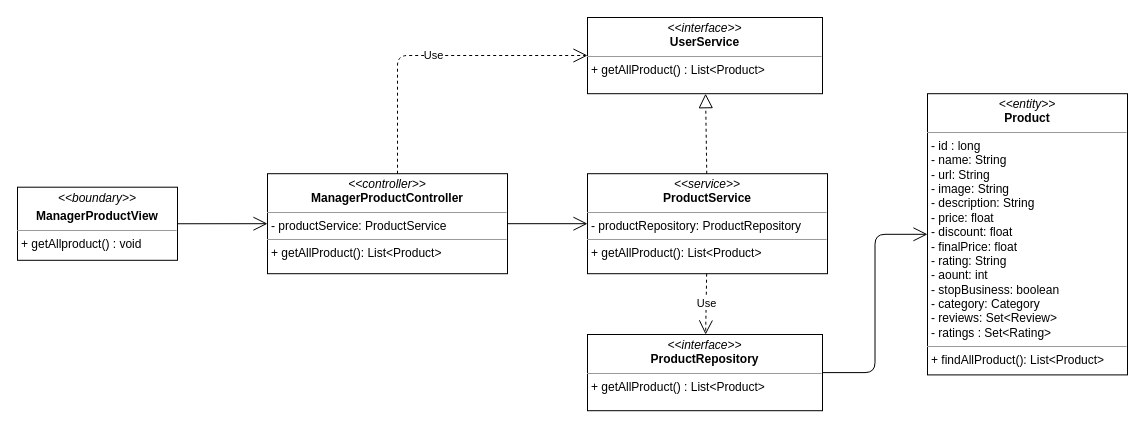
Before: class diagram/manager-product-class-diagram.drawio in nguyenphamvan/datn_20202, a draw.io diagram. Source tidied: cells renumbered, new cells numbered last; positions are measured from the earlier drawing's top-left corner, leaving out a move shared by most shapes. Both pictures are drawn from the tidied source at 100%, with x=0, y=0 at pixel (17, 17).
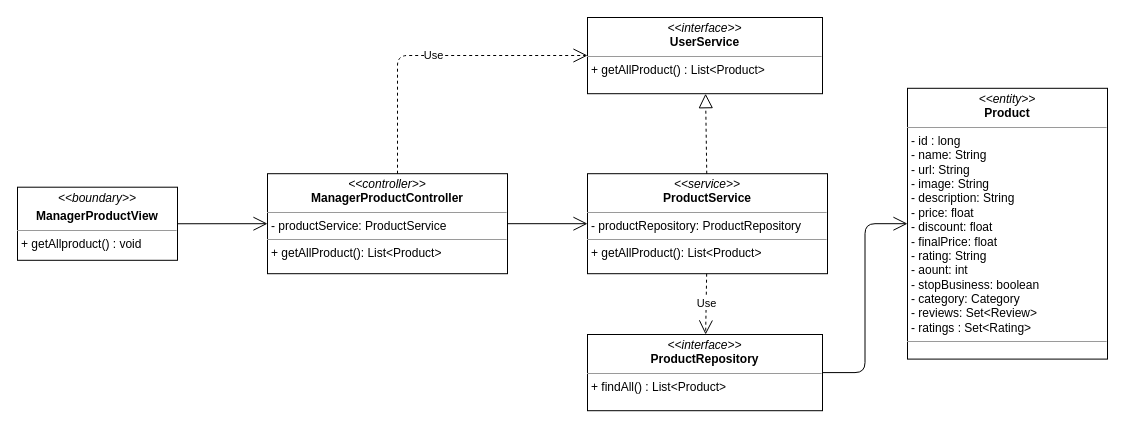
After the change.

The edit, as a diff of the source:
```diff
@@
 <mxGraphModel>
   <root>
     <mxCell id="0" />
     <mxCell id="1" parent="0" />
     <mxCell id="2" value="&lt;p style=&quot;margin: 0px ; margin-top: 4px ; text-align: center&quot;&gt;&lt;i&gt;&amp;lt;&amp;lt;boundary&amp;gt;&amp;gt;&lt;/i&gt;&lt;/p&gt;&lt;p style=&quot;margin: 0px ; margin-top: 4px ; text-align: center&quot;&gt;&lt;b&gt;ManagerProductView&lt;/b&gt;&lt;/p&gt;&lt;hr size=&quot;1&quot;&gt;&lt;p style=&quot;margin: 0px ; margin-left: 4px&quot;&gt;&lt;span&gt;+ getAllproduct() : void&lt;/span&gt;&lt;br&gt;&lt;/p&gt;" style="verticalAlign=top;align=left;overflow=fill;fontSize=12;fontFamily=Helvetica;html=1;" parent="1" vertex="1">
       <mxGeometry y="169.7" width="160" height="73.1" as="geometry" />
     </mxCell>
     <mxCell id="3" style="endArrow=open;endFill=1;endSize=12;html=1;entryX=0;entryY=0.5;entryDx=0;entryDy=0;exitX=1;exitY=0.5;exitDx=0;exitDy=0;" parent="1" edge="1" source="2" target="7">
       <mxGeometry relative="1" as="geometry" />
     </mxCell>
     <mxCell id="4" style="endArrow=open;endFill=1;endSize=12;html=1;exitX=1;exitY=0.5;exitDx=0;exitDy=0;edgeStyle=orthogonalEdgeStyle;" parent="1" edge="1" source="5" target="13">
       <mxGeometry relative="1" as="geometry" />
     </mxCell>
-    <mxCell id="5" value="&lt;p style=&quot;margin: 0px ; margin-top: 4px ; text-align: center&quot;&gt;&lt;i&gt;&amp;lt;&amp;lt;interface&amp;gt;&amp;gt;&lt;/i&gt;&lt;br&gt;&lt;b&gt;ProductRepository&lt;/b&gt;&lt;/p&gt;&lt;hr size=&quot;1&quot;&gt;&lt;p style=&quot;margin: 0px ; margin-left: 4px&quot;&gt;+ getAllProduct() : List&amp;lt;Product&amp;gt;&lt;/p&gt;" style="verticalAlign=top;align=left;overflow=fill;fontSize=12;fontFamily=Helvetica;html=1;" parent="1" vertex="1">
+    <mxCell id="5" value="&lt;p style=&quot;margin: 0px ; margin-top: 4px ; text-align: center&quot;&gt;&lt;i&gt;&amp;lt;&amp;lt;interface&amp;gt;&amp;gt;&lt;/i&gt;&lt;br&gt;&lt;b&gt;ProductRepository&lt;/b&gt;&lt;/p&gt;&lt;hr size=&quot;1&quot;&gt;&lt;p style=&quot;margin: 0px ; margin-left: 4px&quot;&gt;+ findAll() : List&amp;lt;Product&amp;gt;&lt;/p&gt;" style="verticalAlign=top;align=left;overflow=fill;fontSize=12;fontFamily=Helvetica;html=1;" parent="1" vertex="1">
       <mxGeometry x="570" y="317" width="235" height="76.2" as="geometry" />
     </mxCell>
     <mxCell id="6" value="&lt;p style=&quot;margin: 0px ; margin-top: 4px ; text-align: center&quot;&gt;&lt;i&gt;&amp;lt;&amp;lt;interface&amp;gt;&amp;gt;&lt;/i&gt;&lt;br&gt;&lt;b&gt;UserService&lt;/b&gt;&lt;/p&gt;&lt;hr size=&quot;1&quot;&gt;&lt;p style=&quot;margin: 0px ; margin-left: 4px&quot;&gt;+ getAllProduct() : List&amp;lt;Product&amp;gt;&lt;/p&gt;" style="verticalAlign=top;align=left;overflow=fill;fontSize=12;fontFamily=Helvetica;html=1;" parent="1" vertex="1">
       <mxGeometry x="570" width="235" height="76.2" as="geometry" />
     </mxCell>
     <mxCell id="7" value="&lt;p style=&quot;margin: 0px ; margin-top: 4px ; text-align: center&quot;&gt;&lt;i&gt;&amp;lt;&amp;lt;controller&amp;gt;&amp;gt;&lt;/i&gt;&lt;br&gt;&lt;b&gt;ManagerProductController&lt;/b&gt;&lt;br&gt;&lt;/p&gt;&lt;hr size=&quot;1&quot;&gt;&lt;p style=&quot;margin: 0px ; margin-left: 4px&quot;&gt;- productService: ProductService&lt;br&gt;&lt;/p&gt;&lt;hr size=&quot;1&quot;&gt;&lt;p style=&quot;margin: 0px ; margin-left: 4px&quot;&gt;+ getAllProduct(): List&amp;lt;Product&amp;gt;&lt;br&gt;&lt;/p&gt;" style="verticalAlign=top;align=left;overflow=fill;fontSize=12;fontFamily=Helvetica;html=1;" parent="1" vertex="1">
       <mxGeometry x="250" y="156.2" width="240" height="100" as="geometry" />
     </mxCell>
     <mxCell id="8" value="&lt;p style=&quot;margin: 0px ; margin-top: 4px ; text-align: center&quot;&gt;&lt;i&gt;&amp;lt;&amp;lt;service&amp;gt;&amp;gt;&lt;/i&gt;&lt;br&gt;&lt;b&gt;ProductService&lt;/b&gt;&lt;/p&gt;&lt;hr size=&quot;1&quot;&gt;&lt;p style=&quot;margin: 0px ; margin-left: 4px&quot;&gt;- productRepository: ProductRepository&lt;br&gt;&lt;/p&gt;&lt;hr size=&quot;1&quot;&gt;&lt;p style=&quot;margin: 0px ; margin-left: 4px&quot;&gt;+ getAllProduct(): List&amp;lt;Product&amp;gt;&lt;br&gt;&lt;/p&gt;" style="verticalAlign=top;align=left;overflow=fill;fontSize=12;fontFamily=Helvetica;html=1;" parent="1" vertex="1">
       <mxGeometry x="570" y="156.2" width="240" height="100" as="geometry" />
     </mxCell>
     <mxCell id="9" value="Use" style="endArrow=open;endSize=12;dashed=1;html=1;edgeStyle=orthogonalEdgeStyle;" parent="1" edge="1" source="7" target="6">
       <mxGeometry relative="1" as="geometry">
         <Array as="points">
           <mxPoint x="380" y="38" />
         </Array>
       </mxGeometry>
     </mxCell>
     <mxCell id="10" style="endArrow=block;dashed=1;endFill=0;endSize=12;html=1;" parent="1" edge="1" source="8" target="6">
       <mxGeometry relative="1" as="geometry" />
     </mxCell>
     <mxCell id="11" value="Use" style="endArrow=open;endSize=12;dashed=1;html=1;" parent="1" edge="1" source="8" target="5">
       <mxGeometry relative="1" as="geometry" />
     </mxCell>
     <mxCell id="12" style="endArrow=open;endFill=1;endSize=12;html=1;" parent="1" edge="1" source="7" target="8">
       <mxGeometry relative="1" as="geometry" />
     </mxCell>
-    <mxCell id="13" value="&lt;p style=&quot;margin: 0px ; margin-top: 4px ; text-align: center&quot;&gt;&lt;i&gt;&amp;lt;&amp;lt;entity&amp;gt;&amp;gt;&lt;/i&gt;&lt;br&gt;&lt;b&gt;Product&lt;/b&gt;&lt;/p&gt;&lt;hr size=&quot;1&quot;&gt;&lt;p style=&quot;margin: 0px ; margin-left: 4px&quot;&gt;- id : long&lt;/p&gt;&lt;p style=&quot;margin: 0px ; margin-left: 4px&quot;&gt;- name: String&lt;br&gt;- url: String&lt;/p&gt;&lt;p style=&quot;margin: 0px ; margin-left: 4px&quot;&gt;- image: String&lt;/p&gt;&lt;p style=&quot;margin: 0px ; margin-left: 4px&quot;&gt;- description: String&lt;/p&gt;&lt;p style=&quot;margin: 0px ; margin-left: 4px&quot;&gt;- price: float&lt;/p&gt;&lt;p style=&quot;margin: 0px ; margin-left: 4px&quot;&gt;- discount: float&lt;/p&gt;&lt;p style=&quot;margin: 0px ; margin-left: 4px&quot;&gt;- finalPrice: float&lt;/p&gt;&lt;p style=&quot;margin: 0px ; margin-left: 4px&quot;&gt;- rating: String&lt;/p&gt;&lt;p style=&quot;margin: 0px ; margin-left: 4px&quot;&gt;- aount: int&lt;/p&gt;&lt;p style=&quot;margin: 0px ; margin-left: 4px&quot;&gt;- stopBusiness: boolean&lt;/p&gt;&lt;p style=&quot;margin: 0px ; margin-left: 4px&quot;&gt;- category: Category&lt;/p&gt;&lt;p style=&quot;margin: 0px ; margin-left: 4px&quot;&gt;- reviews: Set&amp;lt;Review&amp;gt;&lt;/p&gt;&lt;p style=&quot;margin: 0px ; margin-left: 4px&quot;&gt;- ratings : Set&amp;lt;Rating&amp;gt;&lt;/p&gt;&lt;hr size=&quot;1&quot;&gt;&lt;p style=&quot;margin: 0px ; margin-left: 4px&quot;&gt;+ findAllProduct(): List&amp;lt;Product&amp;gt;&lt;br&gt;&lt;/p&gt;" style="verticalAlign=top;align=left;overflow=fill;fontSize=12;fontFamily=Helvetica;html=1;" parent="1" vertex="1">
-      <mxGeometry x="910" y="76.2" width="200" height="281.2" as="geometry" />
+    <mxCell id="13" value="&lt;p style=&quot;margin: 0px ; margin-top: 4px ; text-align: center&quot;&gt;&lt;i&gt;&amp;lt;&amp;lt;entity&amp;gt;&amp;gt;&lt;/i&gt;&lt;br&gt;&lt;b&gt;Product&lt;/b&gt;&lt;/p&gt;&lt;hr size=&quot;1&quot;&gt;&lt;p style=&quot;margin: 0px ; margin-left: 4px&quot;&gt;- id : long&lt;/p&gt;&lt;p style=&quot;margin: 0px ; margin-left: 4px&quot;&gt;- name: String&lt;br&gt;- url: String&lt;/p&gt;&lt;p style=&quot;margin: 0px ; margin-left: 4px&quot;&gt;- image: String&lt;/p&gt;&lt;p style=&quot;margin: 0px ; margin-left: 4px&quot;&gt;- description: String&lt;/p&gt;&lt;p style=&quot;margin: 0px ; margin-left: 4px&quot;&gt;- price: float&lt;/p&gt;&lt;p style=&quot;margin: 0px ; margin-left: 4px&quot;&gt;- discount: float&lt;/p&gt;&lt;p style=&quot;margin: 0px ; margin-left: 4px&quot;&gt;- finalPrice: float&lt;/p&gt;&lt;p style=&quot;margin: 0px ; margin-left: 4px&quot;&gt;- rating: String&lt;/p&gt;&lt;p style=&quot;margin: 0px ; margin-left: 4px&quot;&gt;- aount: int&lt;/p&gt;&lt;p style=&quot;margin: 0px ; margin-left: 4px&quot;&gt;- stopBusiness: boolean&lt;/p&gt;&lt;p style=&quot;margin: 0px ; margin-left: 4px&quot;&gt;- category: Category&lt;/p&gt;&lt;p style=&quot;margin: 0px ; margin-left: 4px&quot;&gt;- reviews: Set&amp;lt;Review&amp;gt;&lt;/p&gt;&lt;p style=&quot;margin: 0px ; margin-left: 4px&quot;&gt;- ratings : Set&amp;lt;Rating&amp;gt;&lt;/p&gt;&lt;hr size=&quot;1&quot;&gt;&lt;p style=&quot;margin: 0px ; margin-left: 4px&quot;&gt;&lt;br&gt;&lt;/p&gt;" style="verticalAlign=top;align=left;overflow=fill;fontSize=12;fontFamily=Helvetica;html=1;" parent="1" vertex="1">
+      <mxGeometry x="890" y="70.8" width="200" height="270.8" as="geometry" />
     </mxCell>
   </root>
 </mxGraphModel>
```
